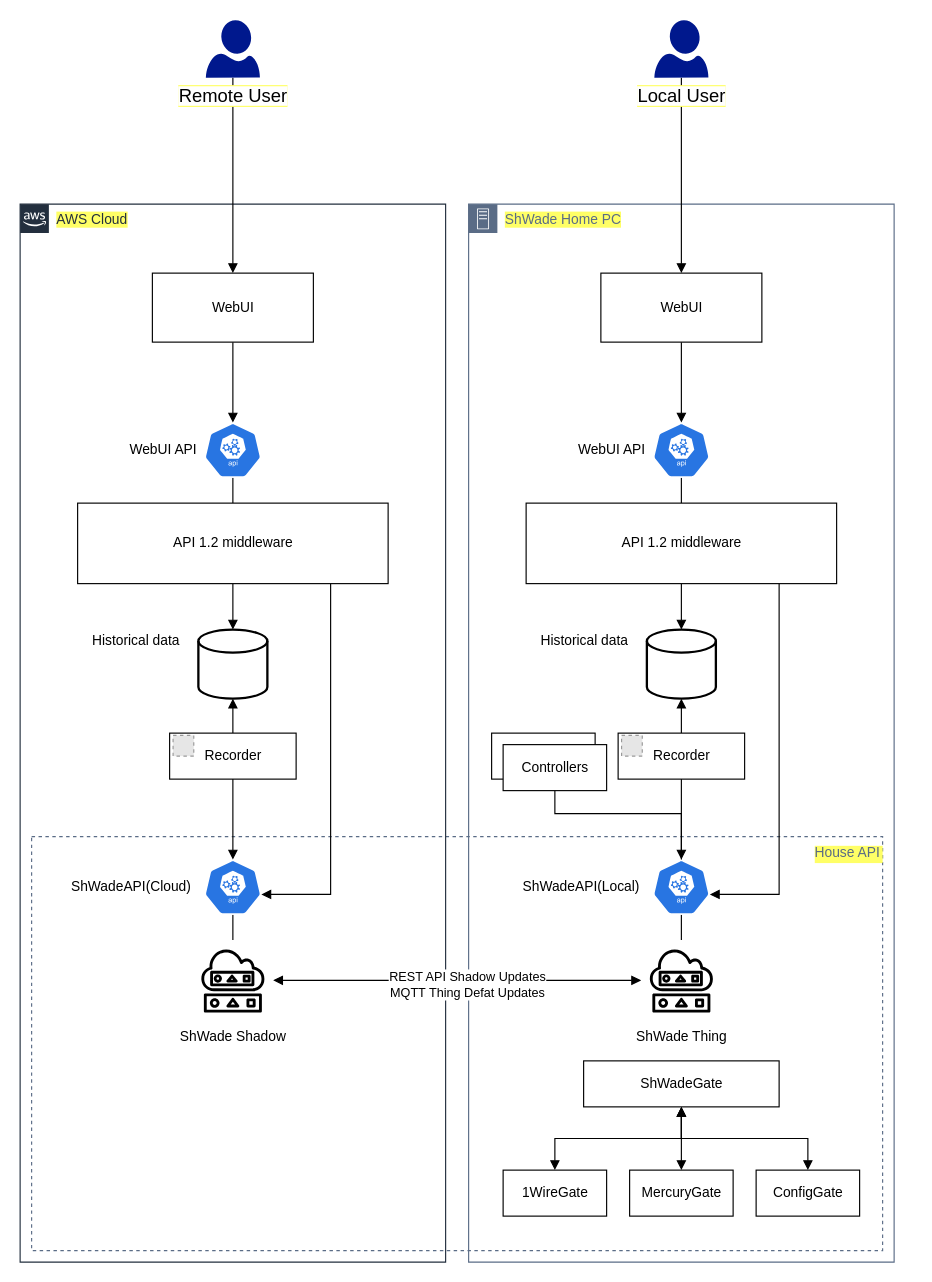
This is doc/ShWade architecture.drawio from Shden/Shden, a draw.io file, before an edit. Source tidied: cells renumbered, new cells numbered last; positions are measured from the earlier drawing's top-left corner, leaving out a move shared by most shapes. Both pictures are drawn from the tidied source at 115%, with x=0, y=0 at pixel (20, 20). Pictures stored in the file or linked from it are replaced by grey dashed boxes.
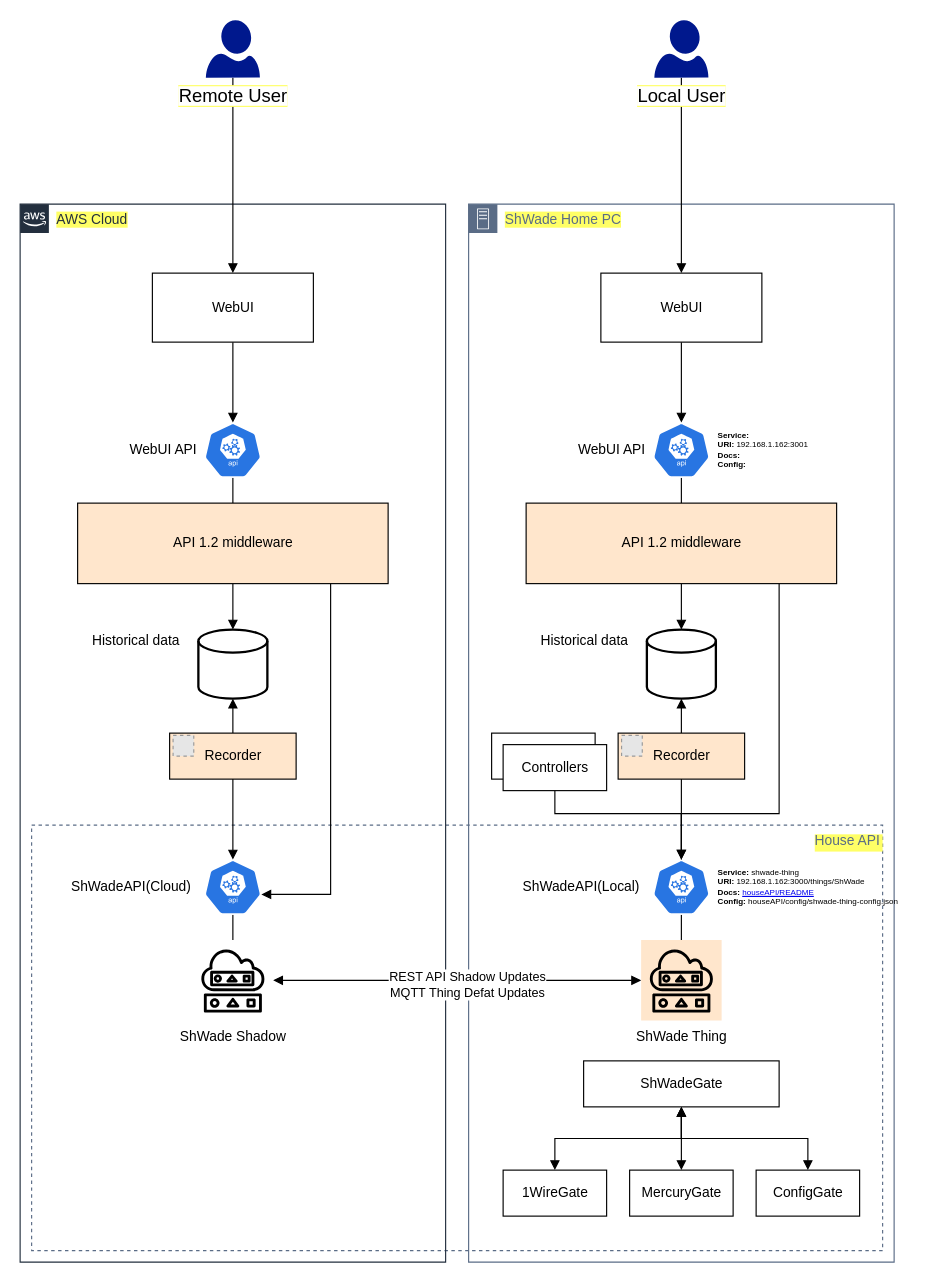
The same diagram, later.

Commit message:
ShWade Thing Service info

The change refers to these unchanged cells:
```xml
<mxCell id="12" style="html=1;dashed=0;whitespace=wrap;fillColor=#2875E2;strokeColor=#ffffff;points=[[0.005,0.63,0],[0.1,0.2,0],[0.9,0.2,0],[0.5,0,0],[0.995,0.63,0],[0.72,0.99,0],[0.5,1,0],[0.28,0.99,0]];shape=mxgraph.kubernetes.icon;prIcon=api;" parent="1" vertex="1">
  <mxGeometry x="550" y="730" width="50" height="48" as="geometry" />
</mxCell>
```

Change to the diagram source:
```diff
@@
     <mxCell id="2" value="House API" style="fillColor=none;strokeColor=#5A6C86;dashed=1;verticalAlign=top;fontStyle=0;fontColor=#5A6C86;labelBackgroundColor=#FFFF66;align=right;" parent="1" vertex="1">
-      <mxGeometry x="10" y="710" width="740" height="360" as="geometry" />
+      <mxGeometry x="10" y="700" width="740" height="370" as="geometry" />
     </mxCell>
@@
-    <mxCell id="8" value="ShWade Thing" style="outlineConnect=0;dashed=0;verticalLabelPosition=bottom;verticalAlign=top;align=center;html=1;fontSize=12;fontStyle=0;shape=mxgraph.aws4.resourceIcon;resIcon=mxgraph.aws4.shadow;" parent="1" vertex="1">
+    <mxCell id="8" value="ShWade Thing" style="outlineConnect=0;dashed=0;verticalLabelPosition=bottom;verticalAlign=top;align=center;html=1;fontSize=12;fontStyle=0;shape=mxgraph.aws4.resourceIcon;resIcon=mxgraph.aws4.shadow;fillColor=#ffe6cc;" parent="1" vertex="1">
       <mxGeometry x="540" y="800" width="70" height="70" as="geometry" />
     </mxCell>
@@
-    <mxCell id="23" value="Recorder" style="html=1;align=center;" parent="1" vertex="1">
+    <mxCell id="23" value="Recorder" style="html=1;align=center;fillColor=#ffe6cc;" parent="1" vertex="1">
       <mxGeometry x="520" y="620" width="110" height="40" as="geometry" />
     </mxCell>
@@
-    <mxCell id="34" style="edgeStyle=orthogonalEdgeStyle;rounded=0;jettySize=auto;html=1;entryX=0.995;entryY=0.63;entryDx=0;entryDy=0;entryPerimeter=0;startArrow=none;startFill=0;endArrow=block;endFill=1;fontSize=16;" parent="1" edge="1" source="35" target="12">
+    <mxCell id="34" style="edgeStyle=orthogonalEdgeStyle;rounded=0;jettySize=auto;html=1;entryX=0.5;entryY=0;entryDx=0;entryDy=0;entryPerimeter=0;startArrow=none;startFill=0;endArrow=block;endFill=1;fontSize=16;" parent="1" edge="1" source="35" target="12">
       <mxGeometry relative="1" as="geometry">
         <Array as="points">
-          <mxPoint x="660" y="760" />
+          <mxPoint x="660" y="690" />
+          <mxPoint x="575" y="690" />
         </Array>
       </mxGeometry>
     </mxCell>
-    <mxCell id="35" value="API 1.2 middleware" style="html=1;align=center;" parent="1" vertex="1">
+    <mxCell id="35" value="API 1.2 middleware" style="html=1;align=center;fillColor=#FFE6CC;" parent="1" vertex="1">
       <mxGeometry x="440" y="420" width="270" height="70" as="geometry" />
     </mxCell>
@@
-    <mxCell id="44" value="Recorder" style="html=1;align=center;" parent="1" vertex="1">
+    <mxCell id="44" value="Recorder" style="html=1;align=center;fillColor=#FFE6CC;" parent="1" vertex="1">
       <mxGeometry x="130" y="620" width="110" height="40" as="geometry" />
     </mxCell>
@@
-    <mxCell id="53" value="API 1.2 middleware" style="html=1;align=center;" parent="1" vertex="1">
+    <mxCell id="53" value="API 1.2 middleware" style="html=1;align=center;fillColor=#FFE6CC;" parent="1" vertex="1">
       <mxGeometry x="50" y="420" width="270" height="70" as="geometry" />
     </mxCell>
@@
+    <mxCell id="57" value="&lt;div style=&quot;font-size: 7px&quot;&gt;&lt;font style=&quot;font-size: 7px&quot;&gt;&lt;b&gt;Service:&lt;/b&gt;&amp;nbsp;shwade-thing&lt;/font&gt;&lt;/div&gt;&lt;div style=&quot;font-size: 7px&quot;&gt;&lt;font style=&quot;font-size: 7px&quot;&gt;&lt;b&gt;URI:&lt;/b&gt; 192.168.1.162:3000/things/ShWade&lt;/font&gt;&lt;/div&gt;&lt;font style=&quot;font-size: 7px&quot;&gt;&lt;div&gt;&lt;b&gt;Docs:&lt;/b&gt;&amp;nbsp;&lt;a href=&quot;https://github.com/Shden/Shden/blob/aws-iot/houseAPI/README&quot;&gt;houseAPI/README&lt;/a&gt;&lt;/div&gt;&lt;div&gt;&lt;b&gt;Config:&lt;/b&gt; houseAPI/config/shwade-thing-config.json&lt;/div&gt;&lt;/font&gt;" style="text;html=1;align=left;verticalAlign=middle;fillColor=none;strokeColor=none;rounded=0;fontSize=8;" parent="1" vertex="1">
+      <mxGeometry x="605" y="729" width="170" height="50" as="geometry" />
+    </mxCell>
+    <mxCell id="58" value="&lt;div style=&quot;font-size: 7px&quot;&gt;&lt;font style=&quot;font-size: 7px&quot;&gt;&lt;b&gt;Service:&lt;/b&gt;&amp;nbsp;&lt;/font&gt;&lt;/div&gt;&lt;div style=&quot;font-size: 7px&quot;&gt;&lt;font style=&quot;font-size: 7px&quot;&gt;&lt;b&gt;URI:&lt;/b&gt;&amp;nbsp;192.168.1.162:3001&lt;/font&gt;&lt;/div&gt;&lt;font style=&quot;font-size: 7px&quot;&gt;&lt;div&gt;&lt;b&gt;Docs:&lt;/b&gt;&amp;nbsp;&lt;/div&gt;&lt;div&gt;&lt;b&gt;Config:&lt;/b&gt;&amp;nbsp;&lt;/div&gt;&lt;/font&gt;" style="text;html=1;align=left;verticalAlign=middle;fillColor=none;strokeColor=none;rounded=0;fontSize=8;" parent="1" vertex="1">
+      <mxGeometry x="605" y="349" width="90" height="50" as="geometry" />
+    </mxCell>
```
